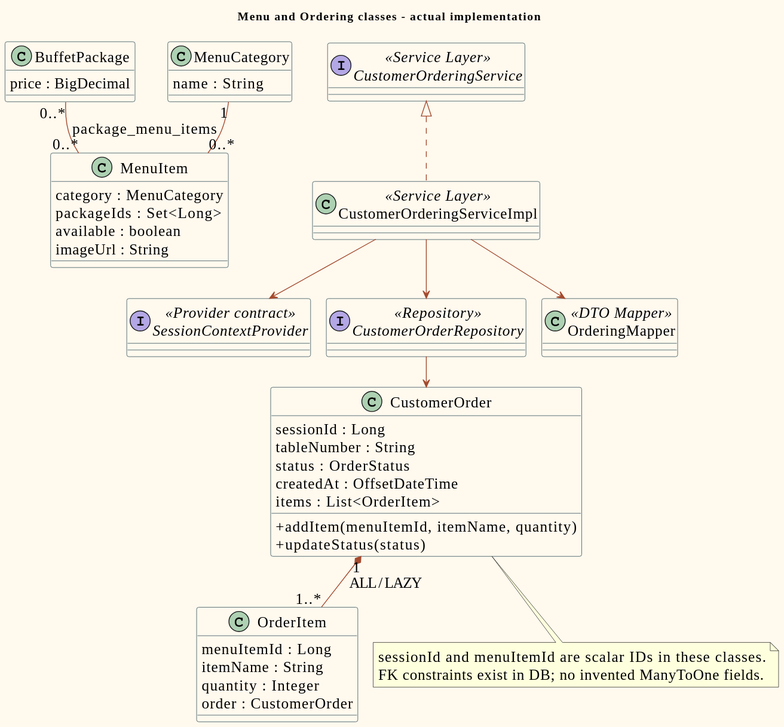
Before: doc/diagrams/previews/class-menu-order.svg, a diagram exported from PlantUML (PavaritPramual/buffet-restaurant-management-system). Source of this version:
```plantuml
@startuml
!pragma layout smetana
skinparam shadowing false
skinparam backgroundColor #FFF9EE
skinparam defaultFontName Tahoma
skinparam defaultFontSize 18
skinparam classAttributeIconSize 0
skinparam ArrowColor #A54A2E
skinparam classBackgroundColor #FFF9EE
skinparam classBorderColor #173A45
skinparam actorBorderColor #173A45
skinparam usecaseBackgroundColor #F2E6D4
skinparam usecaseBorderColor #A54A2E
title Menu and Ordering classes - actual implementation
class BuffetPackage {
price : BigDecimal
}
class MenuCategory {
name : String
}
class MenuItem {
category : MenuCategory
 packageIds : Set<Long>
 available : boolean
 imageUrl : String
}
class CustomerOrder {
sessionId : Long
 tableNumber : String
 status : OrderStatus
 createdAt : OffsetDateTime
 items : List<OrderItem>
 +addItem(menuItemId, itemName, quantity)
 +updateStatus(status)
}
class OrderItem {
menuItemId : Long
 itemName : String
 quantity : Integer
 order : CustomerOrder
}
interface CustomerOrderingService <<Service Layer>>
class CustomerOrderingServiceImpl <<Service Layer>>
interface SessionContextProvider <<Provider contract>>
interface CustomerOrderRepository <<Repository>>
class OrderingMapper <<DTO Mapper>>
CustomerOrderingService <|.. CustomerOrderingServiceImpl
CustomerOrderingServiceImpl --> SessionContextProvider
CustomerOrderingServiceImpl --> CustomerOrderRepository
CustomerOrderingServiceImpl --> OrderingMapper
CustomerOrderRepository --> CustomerOrder
MenuCategory "1" -- "0..*" MenuItem
BuffetPackage "0..*" -- "0..*" MenuItem : package_menu_items
CustomerOrder "1" *-- "1..*" OrderItem : ALL / LAZY
note bottom of CustomerOrder
sessionId and menuItemId are scalar IDs in these classes.
FK constraints exist in DB; no invented ManyToOne fields.
end note
@enduml
```
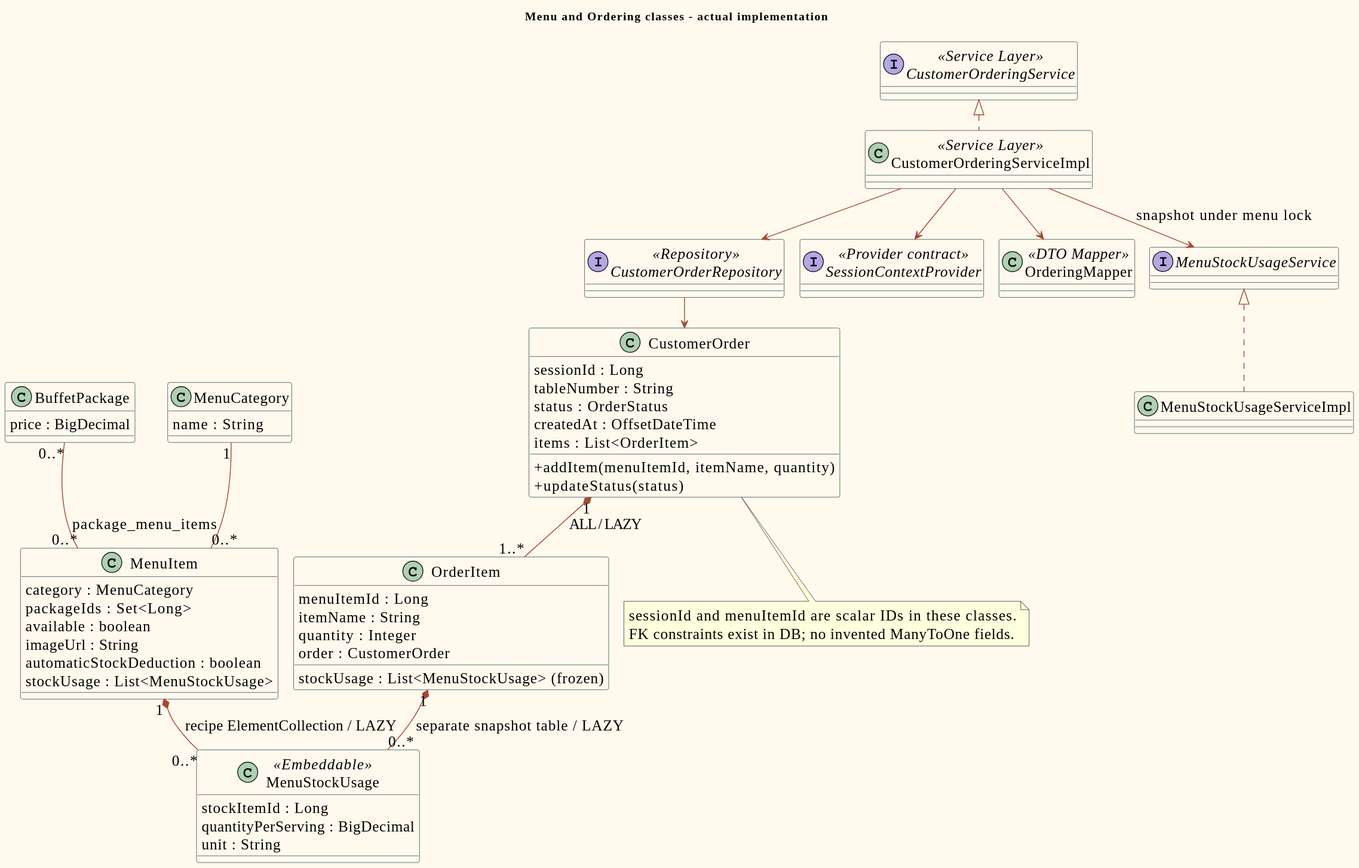
The same diagram one commit later.

What changed in the source:
```diff
@@ -23,6 +23,8 @@
  packageIds : Set<Long>
  available : boolean
  imageUrl : String
+ automaticStockDeduction : boolean
+ stockUsage : List<MenuStockUsage>
 }
 class CustomerOrder {
 sessionId : Long
@@ -38,6 +40,7 @@
  itemName : String
  quantity : Integer
  order : CustomerOrder
+ stockUsage : List<MenuStockUsage> (frozen)
 }
 interface CustomerOrderingService <<Service Layer>>
 class CustomerOrderingServiceImpl <<Service Layer>>
@@ -56,4 +59,15 @@
 sessionId and menuItemId are scalar IDs in these classes.
 FK constraints exist in DB; no invented ManyToOne fields.
 end note
+class MenuStockUsage <<Embeddable>> {
+ stockItemId : Long
+ quantityPerServing : BigDecimal
+ unit : String
+}
+interface MenuStockUsageService
+class MenuStockUsageServiceImpl
+MenuStockUsageService <|.. MenuStockUsageServiceImpl
+CustomerOrderingServiceImpl --> MenuStockUsageService : snapshot under menu lock
+MenuItem "1" *-- "0..*" MenuStockUsage : recipe ElementCollection / LAZY
+OrderItem "1" *-- "0..*" MenuStockUsage : separate snapshot table / LAZY
 @enduml
```
